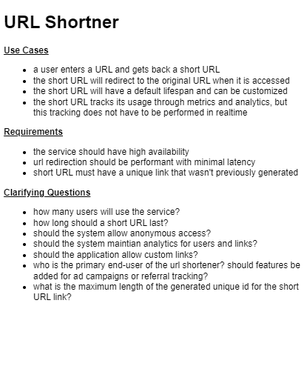
Above: docs/Technical/Distributed Systems Design/System Designs/drawio_designs/url_shortner.drawio.png in raghavsaboo/docs.raghavsaboo.com (draw.io), before the change. Source tidied: cells renumbered, new cells last; positions are measured from the earlier drawing's top-left corner, leaving out a move shared by most shapes.
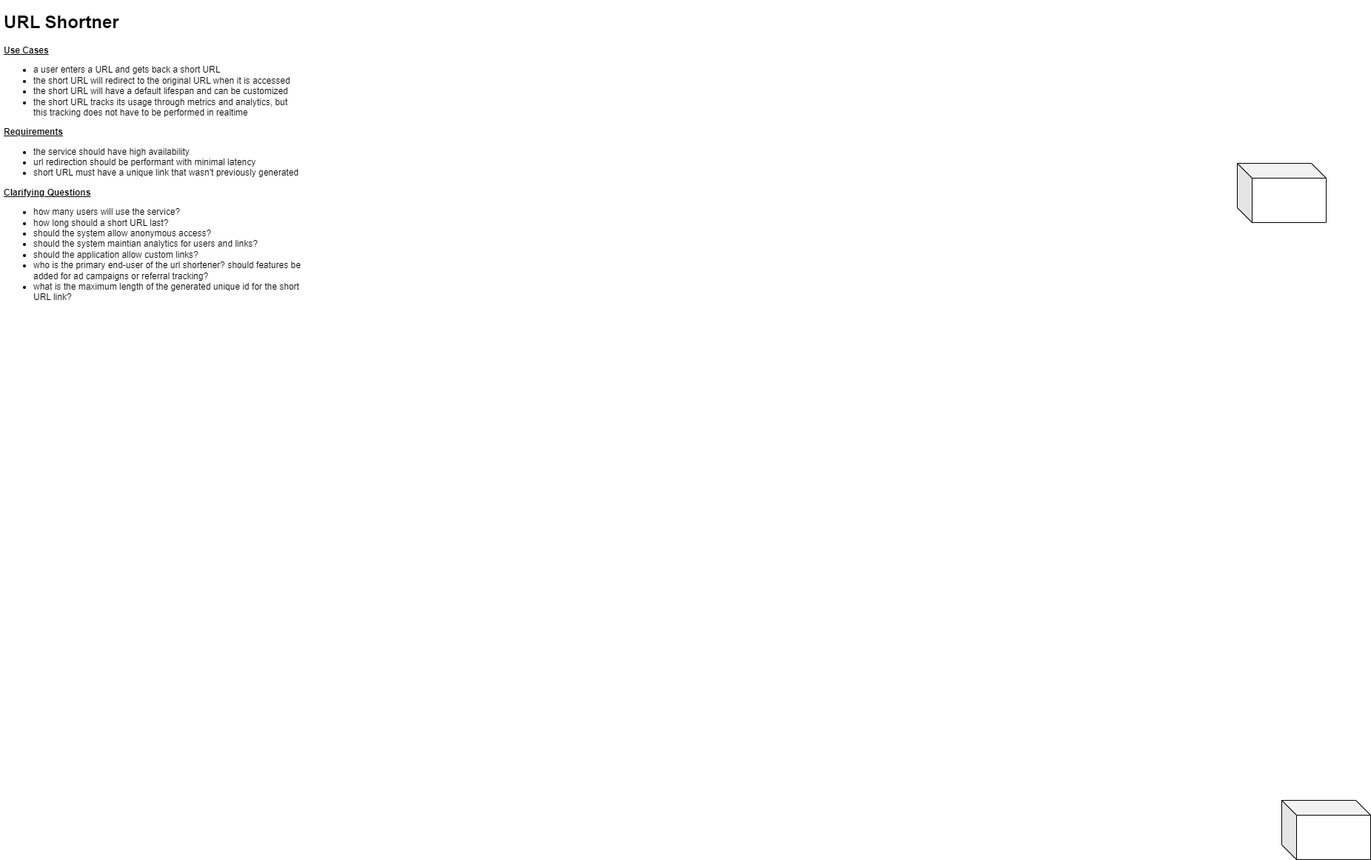
The same diagram one commit later.

Change to the diagram source:
```diff
@@ -5,5 +5,11 @@
     <mxCell id="2" value="&lt;h1&gt;URL Shortner&lt;/h1&gt;&lt;div&gt;&lt;b&gt;&lt;u&gt;Use Cases&lt;/u&gt;&lt;/b&gt;&lt;/div&gt;&lt;p&gt;&lt;/p&gt;&lt;ul&gt;&lt;li&gt;a user enters a URL and gets back a short URL&lt;/li&gt;&lt;li&gt;the short URL will redirect to the original URL when it is accessed&lt;/li&gt;&lt;li&gt;the short URL will have a default lifespan and can be customized&lt;/li&gt;&lt;li&gt;the short URL tracks its usage through metrics and analytics, but this tracking does not have to be performed in realtime&lt;/li&gt;&lt;/ul&gt;&lt;div&gt;&lt;b&gt;&lt;u&gt;Requirements&lt;/u&gt;&lt;/b&gt;&lt;/div&gt;&lt;div&gt;&lt;ul&gt;&lt;li&gt;the service should have high availability&lt;/li&gt;&lt;li&gt;url redirection should be performant with minimal latency&lt;/li&gt;&lt;li&gt;short URL must have a unique link that wasn't previously generated&lt;/li&gt;&lt;/ul&gt;&lt;div&gt;&lt;b&gt;&lt;u&gt;Clarifying Questions&lt;/u&gt;&lt;/b&gt;&lt;/div&gt;&lt;/div&gt;&lt;div&gt;&lt;ul&gt;&lt;li&gt;how many users will use the service?&lt;/li&gt;&lt;li&gt;how long should a short URL last?&lt;/li&gt;&lt;li&gt;should the system allow anonymous access?&lt;/li&gt;&lt;li&gt;should the system maintian analytics for users and links?&lt;/li&gt;&lt;li&gt;should the application allow custom links?&lt;br&gt;&lt;/li&gt;&lt;li&gt;who is the primary end-user of the url shortener? should features be added for ad campaigns or referral tracking?&lt;/li&gt;&lt;li&gt;what is the maximum length of the generated unique id for the short URL link?&lt;/li&gt;&lt;/ul&gt;&lt;div&gt;&lt;br&gt;&lt;/div&gt;&lt;/div&gt;&lt;p&gt;&lt;/p&gt;" style="text;html=1;strokeColor=none;fillColor=none;spacing=5;spacingTop=-20;whiteSpace=wrap;overflow=hidden;rounded=0;" parent="1" vertex="1">
       <mxGeometry width="410" height="510" as="geometry" />
     </mxCell>
+    <mxCell id="3" style="shape=cube;whiteSpace=wrap;html=1;boundedLbl=1;backgroundOutline=1;darkOpacity=0.05;darkOpacity2=0.1;" parent="1" vertex="1">
+      <mxGeometry x="1670" y="210" width="120" height="80" as="geometry" />
+    </mxCell>
+    <mxCell id="4" style="shape=cube;whiteSpace=wrap;html=1;boundedLbl=1;backgroundOutline=1;darkOpacity=0.05;darkOpacity2=0.1;" parent="1" vertex="1">
+      <mxGeometry x="1730" y="1070" width="120" height="80" as="geometry" />
+    </mxCell>
   </root>
 </mxGraphModel>
```
